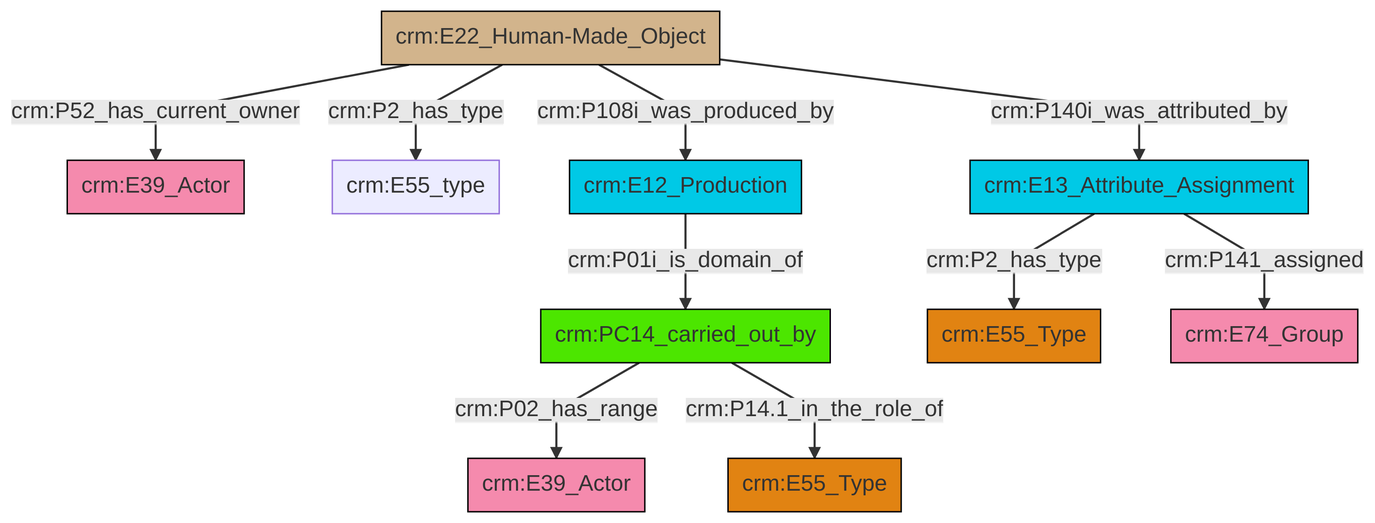
This is et/builtWorkCSV/ttl/mmd/png/Built_Work_actor_relations.png from swiss-art-research-net/docs.swissartresearch, a Mermaid export, as it was before one commit. Its source is kept beside it as et/builtWorkCSV/ttl/mmd/Built_Work_actor_relations.ttl.mmd.
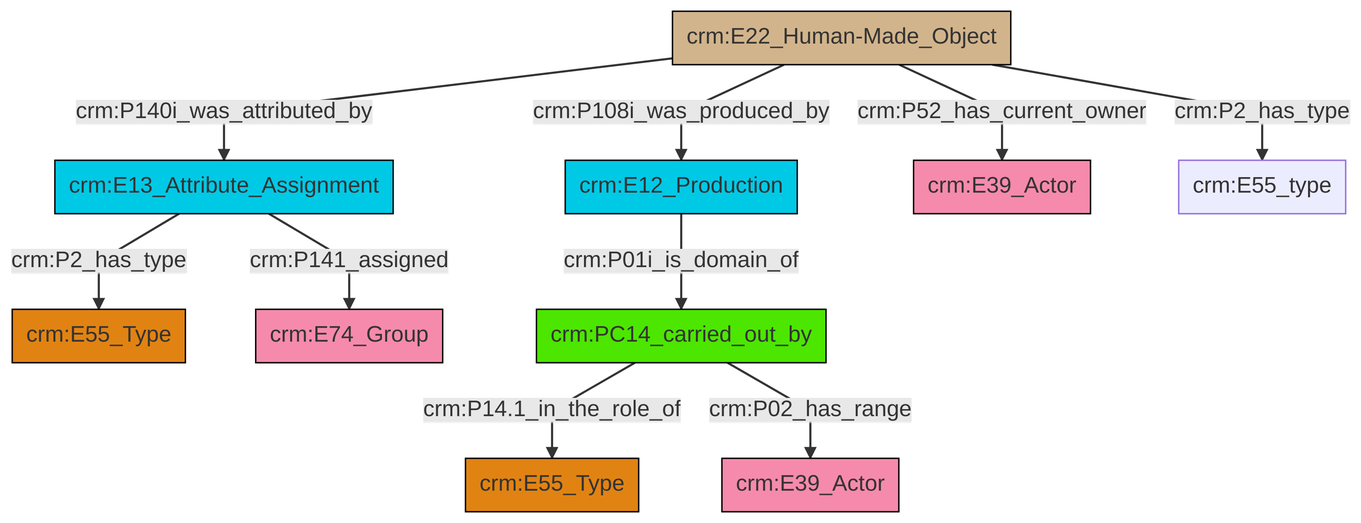
Later version of the same file.

What changed in the source:
```diff
@@ -14,11 +14,11 @@
 classDef Multi fill:#cccccc,stroke:#000000;
 
 2["crm:E13_Attribute_Assignment"]:::Temporal_Entity -->|crm:P2_has_type| 3["crm:E55_Type"]:::Type
-4["crm:PC14_carried_out_by"]:::PC_Classes -->|crm:P02_has_range| 5["crm:E39_Actor"]:::Actor
-0["crm:E22_Human-Made_Object"]:::Physical_Thing -->|crm:P52_has_current_owner| 12["crm:E39_Actor"]:::Actor
-0["crm:E22_Human-Made_Object"]:::Physical_Thing -->|crm:P2_has_type| 16["crm:E55_type"]:::Default
-4["crm:PC14_carried_out_by"]:::PC_Classes -->|crm:P14.1_in_the_role_of| 10["crm:E55_Type"]:::Type
-0["crm:E22_Human-Made_Object"]:::Physical_Thing -->|crm:P108i_was_produced_by| 6["crm:E12_Production"]:::Temporal_Entity
-2["crm:E13_Attribute_Assignment"]:::Temporal_Entity -->|crm:P141_assigned| 14["crm:E74_Group"]:::Actor
-0["crm:E22_Human-Made_Object"]:::Physical_Thing -->|crm:P140i_was_attributed_by| 2["crm:E13_Attribute_Assignment"]:::Temporal_Entity
-6["crm:E12_Production"]:::Temporal_Entity -->|crm:P01i_is_domain_of| 4["crm:PC14_carried_out_by"]:::PC_Classes
+5["crm:E22_Human-Made_Object"]:::Physical_Thing -->|crm:P140i_was_attributed_by| 2["crm:E13_Attribute_Assignment"]:::Temporal_Entity
+6["crm:PC14_carried_out_by"]:::PC_Classes -->|crm:P14.1_in_the_role_of| 7["crm:E55_Type"]:::Type
+5["crm:E22_Human-Made_Object"]:::Physical_Thing -->|crm:P108i_was_produced_by| 0["crm:E12_Production"]:::Temporal_Entity
+6["crm:PC14_carried_out_by"]:::PC_Classes -->|crm:P02_has_range| 8["crm:E39_Actor"]:::Actor
+5["crm:E22_Human-Made_Object"]:::Physical_Thing -->|crm:P52_has_current_owner| 9["crm:E39_Actor"]:::Actor
+2["crm:E13_Attribute_Assignment"]:::Temporal_Entity -->|crm:P141_assigned| 11["crm:E74_Group"]:::Actor
+5["crm:E22_Human-Made_Object"]:::Physical_Thing -->|crm:P2_has_type| 12["crm:E55_type"]:::Default
+0["crm:E12_Production"]:::Temporal_Entity -->|crm:P01i_is_domain_of| 6["crm:PC14_carried_out_by"]:::PC_Classes
```
